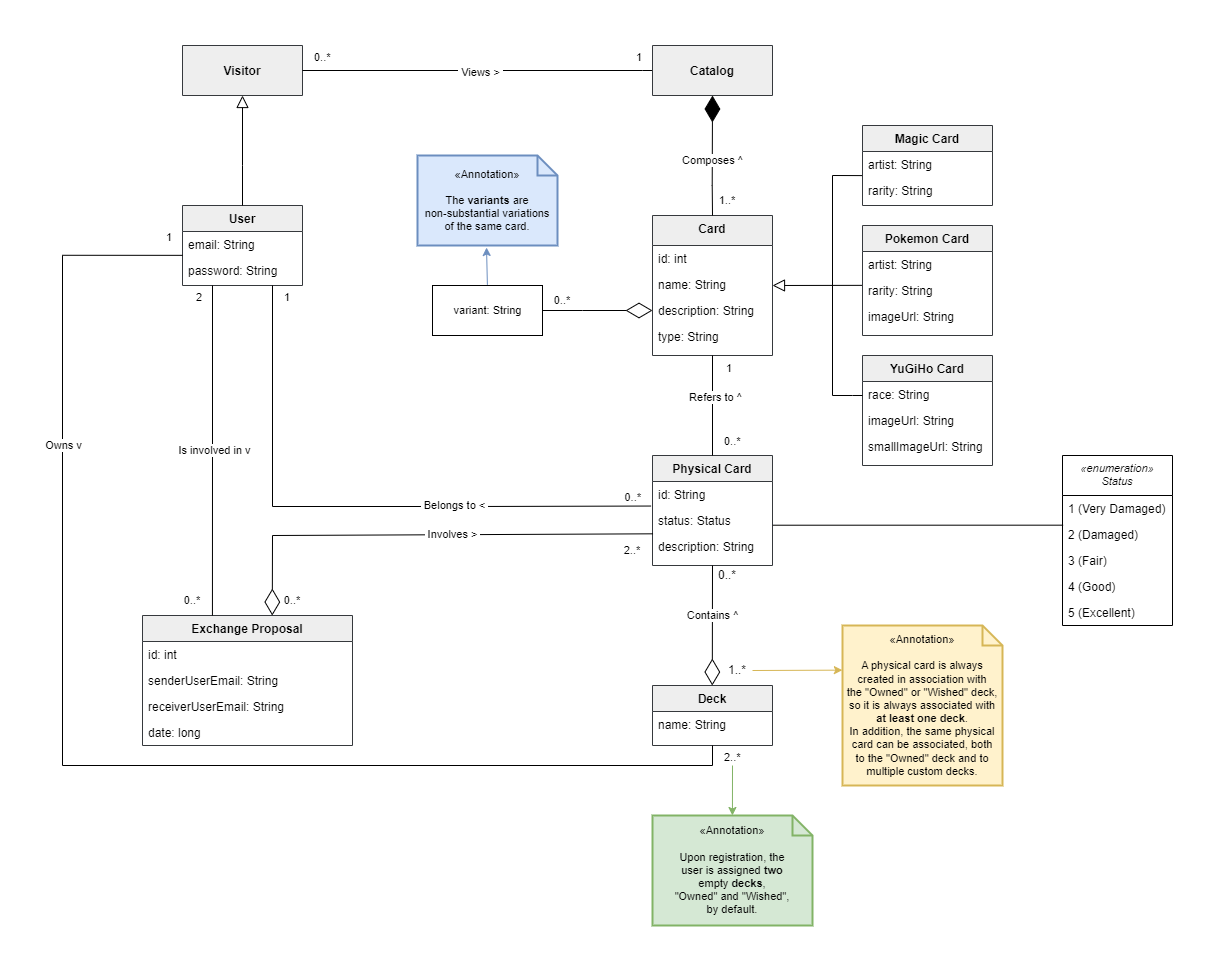
This is DOC/Inception/Artifacts/DomainModel/DomainModel.png from alessioarcara/Card-Exchange, a draw.io export, as it was before one commit. Source tidied: cells renumbered, new cells last; positions are measured from the earlier drawing's top-left corner, leaving out a move shared by most shapes.
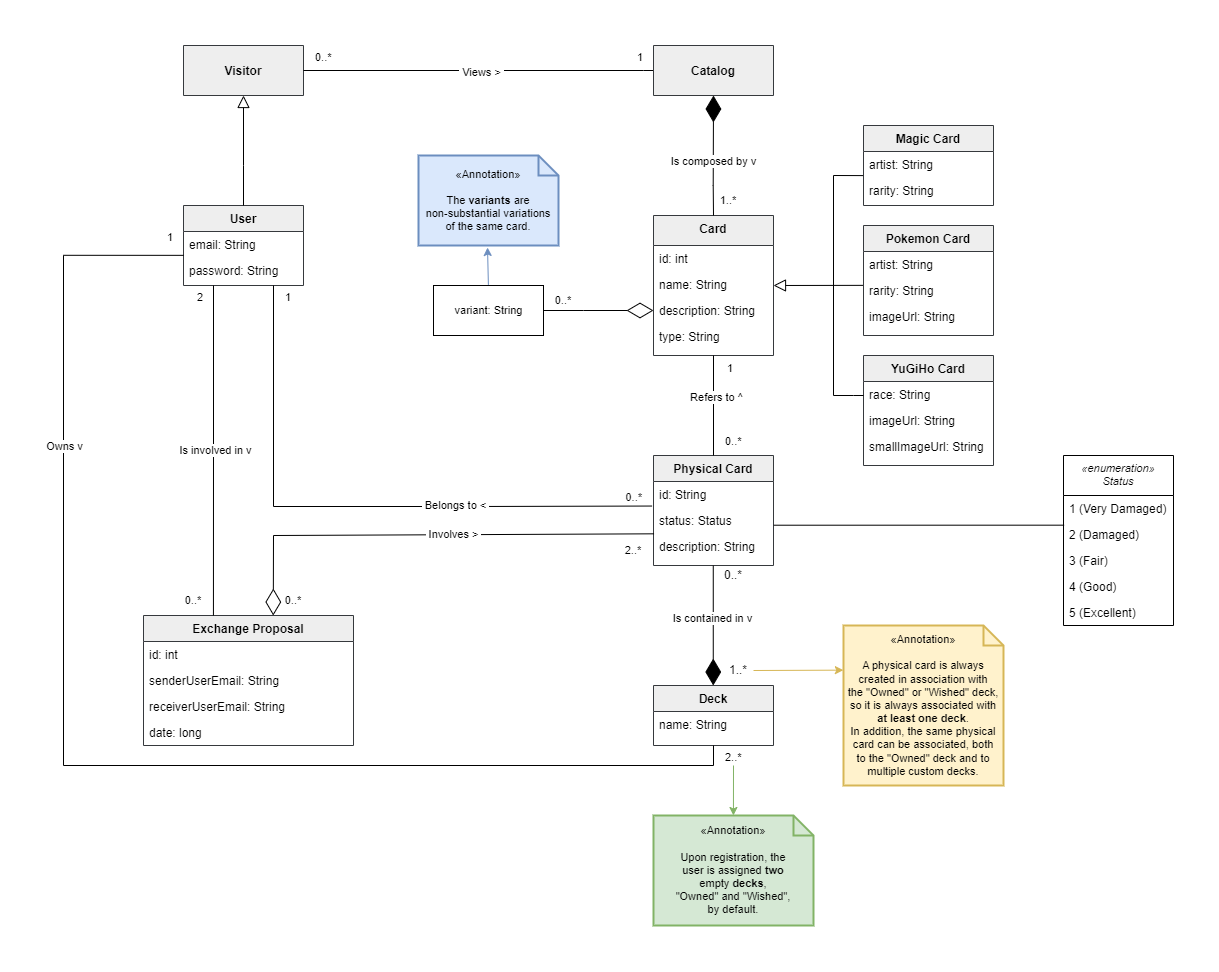
Above is the later version.

The edit, as a diff of the source:
```diff
@@ -61,7 +61,7 @@
       <mxGeometry x="660" y="610" width="30" height="30" as="geometry" />
     </mxCell>
     <mxCell id="19" value="0..*" style="text;html=1;strokeColor=none;fillColor=none;align=center;verticalAlign=middle;whiteSpace=wrap;rounded=0;" parent="1" vertex="1">
-      <mxGeometry x="640" y="520" width="50" height="20" as="geometry" />
+      <mxGeometry x="645" y="520" width="50" height="20" as="geometry" />
     </mxCell>
     <mxCell id="20" value="Exchange Proposal" style="swimlane;fontStyle=1;align=center;verticalAlign=top;horizontal=1;startSize=26;rounded=0;shadow=0;strokeWidth=1;fillColor=#eeeeee;strokeColor=#36393d;" parent="1" vertex="1">
       <mxGeometry x="80" y="570" width="210" height="130" as="geometry" />
@@ -163,7 +163,7 @@
         </Array>
       </mxGeometry>
     </mxCell>
-    <mxCell id="41" value="Composes ^" style="edgeLabel;html=1;align=center;verticalAlign=middle;" parent="40" vertex="1">
+    <mxCell id="41" value="Is composed by v" style="edgeLabel;html=1;align=center;verticalAlign=middle;" parent="40" vertex="1">
       <mxGeometry x="0.01" y="-1" relative="1" as="geometry">
         <mxPoint x="-1" y="6" as="offset" />
       </mxGeometry>
@@ -213,16 +213,6 @@
     <mxCell id="52" value="5 (Excellent)" style="text;align=left;verticalAlign=top;spacingLeft=4;spacingRight=4;overflow=hidden;" parent="47" vertex="1">
       <mxGeometry y="144" width="110" height="26" as="geometry" />
     </mxCell>
-    <mxCell id="53" style="endArrow=diamondThin;endFill=0;endSize=24;html=1;rounded=0;exitX=0.5;exitY=1;exitDx=0;exitDy=0;" parent="1" edge="1" source="12">
-      <mxGeometry relative="1" as="geometry">
-        <mxPoint x="649.8" y="640" as="targetPoint" />
-      </mxGeometry>
-    </mxCell>
-    <mxCell id="54" value="Contains ^" style="edgeLabel;html=1;align=center;verticalAlign=middle;fontSize=11;" parent="53" vertex="1">
-      <mxGeometry x="0.12" y="-1" relative="1" as="geometry">
-        <mxPoint x="1" y="-17" as="offset" />
-      </mxGeometry>
-    </mxCell>
     <mxCell id="55" value="variant: String" style="html=1;fontSize=11;" parent="1" vertex="1">
       <mxGeometry x="370" y="240" width="110" height="50" as="geometry" />
     </mxCell>
@@ -347,5 +337,14 @@
         </Array>
       </mxGeometry>
     </mxCell>
+    <mxCell id="86" style="endArrow=diamondThin;endFill=1;endSize=24;html=1;rounded=0;" parent="1" edge="1">
+      <mxGeometry relative="1" as="geometry">
+        <mxPoint x="649.8" y="520" as="sourcePoint" />
+        <mxPoint x="649.8" y="640" as="targetPoint" />
+      </mxGeometry>
+    </mxCell>
+    <mxCell id="87" value="Is contained in v" style="edgeLabel;html=1;align=center;verticalAlign=middle;" parent="86" vertex="1">
+      <mxGeometry x="-0.14" y="-1" relative="1" as="geometry" />
+    </mxCell>
   </root>
 </mxGraphModel>
```
